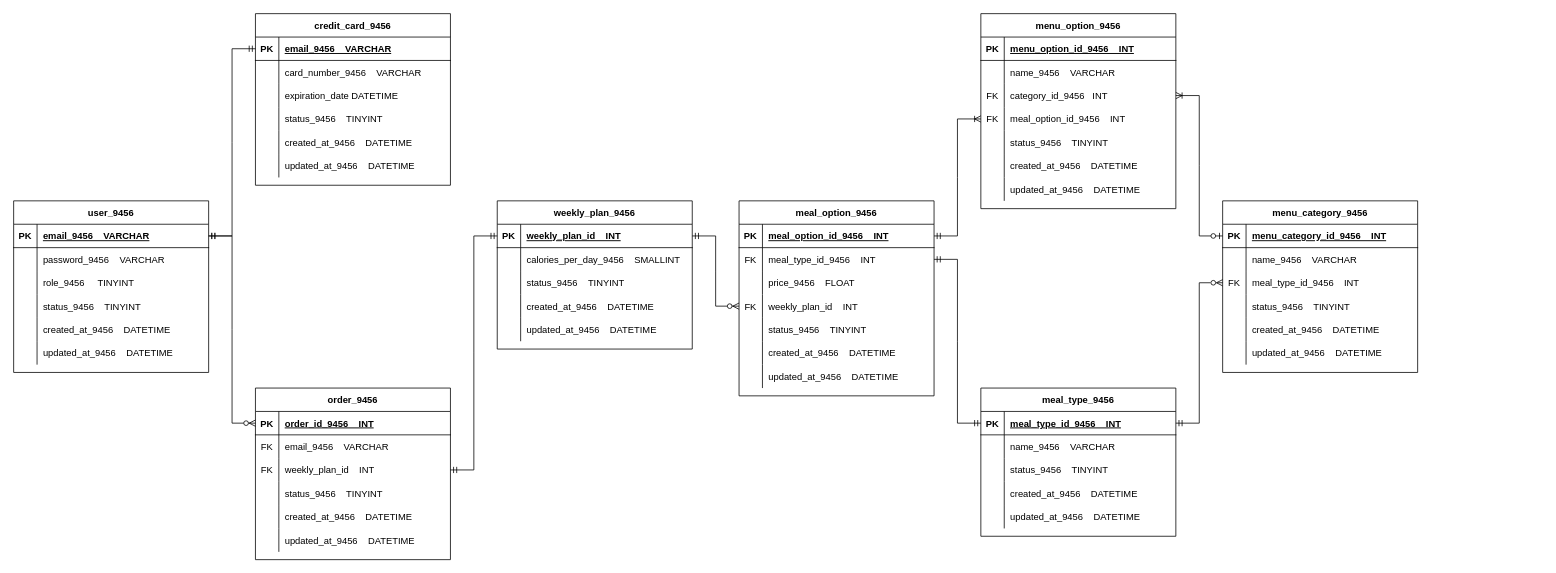
Before: Untitled Diagram.drawio in DannyTran3000/er_diagram, a draw.io diagram. Source tidied: cells renumbered, new cells numbered last; positions are measured from the earlier drawing's top-left corner, leaving out a move shared by most shapes. Both pictures are drawn from the tidied source at 78%, with x=0, y=0 at pixel (13, 13).
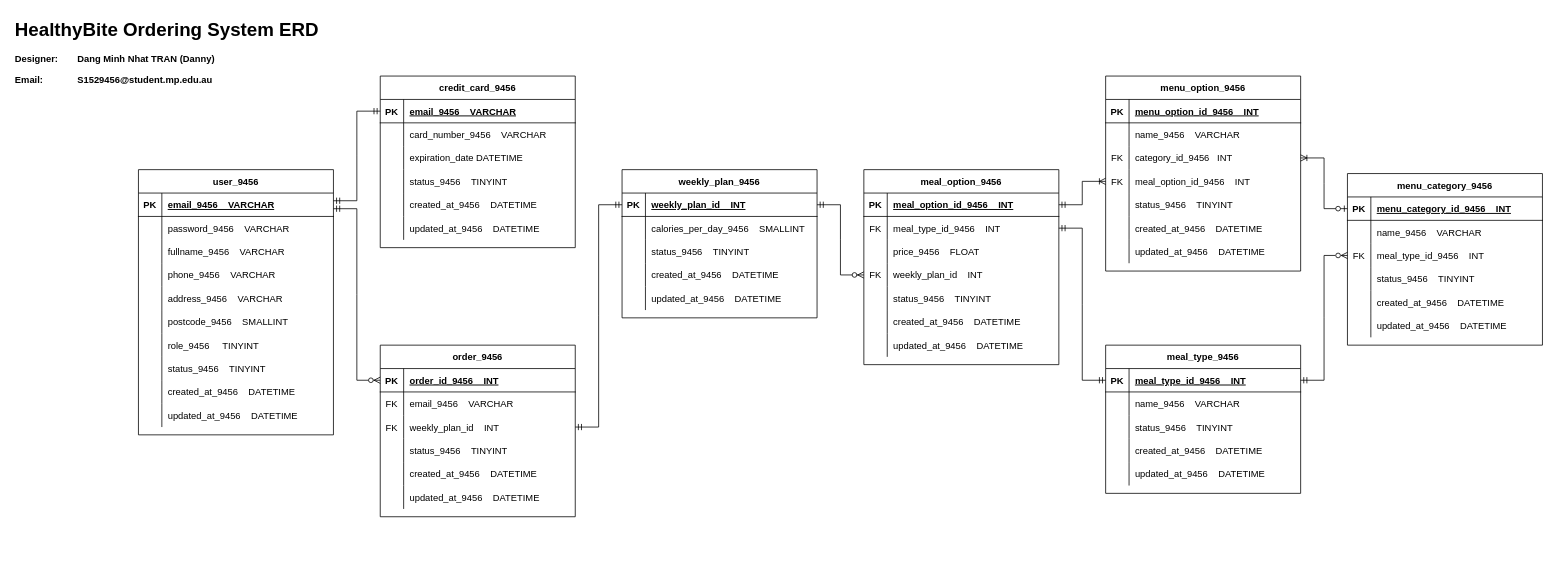
After the change.

Unchanged cells that the change refers to:
```xml
<mxCell id="3" style="shape=partialRectangle;fillColor=none;points=[[0,0.5],[1,0.5]];portConstraint=eastwest;top=0;left=0;right=0;bottom=1;" parent="2" vertex="1">
  <mxGeometry y="30" width="250" height="30" as="geometry" />
</mxCell>
<mxCell id="22" style="shape=partialRectangle;fillColor=none;points=[[0,0.5],[1,0.5]];portConstraint=eastwest;top=0;left=0;right=0;bottom=1;" parent="21" vertex="1">
  <mxGeometry y="30" width="250" height="30" as="geometry" />
</mxCell>
<mxCell id="44" style="shape=partialRectangle;fillColor=none;points=[[0,0.5],[1,0.5]];portConstraint=eastwest;top=0;left=0;right=0;bottom=1;" parent="43" vertex="1">
  <mxGeometry y="30" width="250" height="30" as="geometry" />
</mxCell>
<mxCell id="50" style="shape=partialRectangle;fillColor=none;top=0;left=0;right=0;bottom=0;" parent="43" vertex="1">
  <mxGeometry y="90" width="250" height="30" as="geometry" />
</mxCell>
<mxCell id="53" style="shape=partialRectangle;fillColor=none;top=0;left=0;right=0;bottom=0;" parent="43" vertex="1">
  <mxGeometry y="120" width="250" height="30" as="geometry" />
</mxCell>
<mxCell id="56" style="shape=partialRectangle;fillColor=none;top=0;left=0;right=0;bottom=0;" parent="43" vertex="1">
  <mxGeometry y="150" width="250" height="30" as="geometry" />
</mxCell>
<mxCell id="59" style="shape=partialRectangle;fillColor=none;top=0;left=0;right=0;bottom=0;" parent="43" vertex="1">
  <mxGeometry y="180" width="250" height="30" as="geometry" />
</mxCell>
<mxCell id="90" style="shape=partialRectangle;fillColor=none;points=[[0,0.5],[1,0.5]];portConstraint=eastwest;top=0;left=0;right=0;bottom=0;" parent="80" vertex="1">
  <mxGeometry y="120" width="250" height="30" as="geometry" />
</mxCell>
<mxCell id="142" style="shape=partialRectangle;fillColor=none;points=[[0,0.5],[1,0.5]];portConstraint=eastwest;top=0;left=0;right=0;bottom=1;" parent="141" vertex="1">
  <mxGeometry y="30" width="250" height="30" as="geometry" />
</mxCell>
```

Change to the diagram source:
```diff
@@
     <mxCell id="2" value="credit_card_9456" style="shape=table;startSize=30;childLayout=tableLayout;rowLines=0;fontStyle=1;align=center;" parent="1" vertex="1">
-      <mxGeometry x="310" width="250" height="220" as="geometry" />
+      <mxGeometry x="470" y="80" width="250" height="220" as="geometry" />
     </mxCell>
@@
     <mxCell id="21" value="meal_option_9456" style="shape=table;startSize=30;childLayout=tableLayout;rowLines=0;fontStyle=1;align=center;" parent="1" vertex="1">
-      <mxGeometry x="930" y="240" width="250" height="250" as="geometry" />
+      <mxGeometry x="1090" y="200" width="250" height="250" as="geometry" />
     </mxCell>
@@
     <mxCell id="43" value="user_9456" style="shape=table;startSize=30;childLayout=tableLayout;rowLines=0;fontStyle=1;align=center;" parent="1" vertex="1">
-      <mxGeometry y="240" width="250" height="220" as="geometry" />
+      <mxGeometry x="160" y="200" width="250" height="340" as="geometry" />
     </mxCell>
@@
-    <mxCell id="52" value="role_9456     TINYINT" style="shape=partialRectangle;overflow=hidden;fillColor=none;top=0;left=0;bottom=0;right=0;align=left;spacingLeft=6;" parent="50" vertex="1">
+    <mxCell id="52" value="fullname_9456    VARCHAR" style="shape=partialRectangle;overflow=hidden;fillColor=none;top=0;left=0;bottom=0;right=0;align=left;spacingLeft=6;" parent="50" vertex="1">
       <mxGeometry x="30" width="220" height="30" as="geometry" />
     </mxCell>
@@
-    <mxCell id="55" value="status_9456    TINYINT" style="shape=partialRectangle;overflow=hidden;fillColor=none;top=0;left=0;bottom=0;right=0;align=left;spacingLeft=6;" parent="53" vertex="1">
+    <mxCell id="55" value="phone_9456    VARCHAR" style="shape=partialRectangle;overflow=hidden;fillColor=none;top=0;left=0;bottom=0;right=0;align=left;spacingLeft=6;" parent="53" vertex="1">
       <mxGeometry x="30" width="220" height="30" as="geometry" />
     </mxCell>
@@
-    <mxCell id="58" value="created_at_9456    DATETIME" style="shape=partialRectangle;overflow=hidden;fillColor=none;top=0;left=0;bottom=0;right=0;align=left;spacingLeft=6;" parent="56" vertex="1">
+    <mxCell id="58" value="address_9456    VARCHAR" style="shape=partialRectangle;overflow=hidden;fillColor=none;top=0;left=0;bottom=0;right=0;align=left;spacingLeft=6;" parent="56" vertex="1">
       <mxGeometry x="30" width="220" height="30" as="geometry" />
     </mxCell>
@@
-    <mxCell id="61" value="updated_at_9456    DATETIME" style="shape=partialRectangle;overflow=hidden;fillColor=none;top=0;left=0;bottom=0;right=0;align=left;spacingLeft=6;" parent="59" vertex="1">
+    <mxCell id="61" value="postcode_9456    SMALLINT" style="shape=partialRectangle;overflow=hidden;fillColor=none;top=0;left=0;bottom=0;right=0;align=left;spacingLeft=6;" parent="59" vertex="1">
       <mxGeometry x="30" width="220" height="30" as="geometry" />
     </mxCell>
+    <mxCell id="162" style="shape=partialRectangle;fillColor=none;top=0;left=0;right=0;bottom=0;" parent="43" vertex="1">
+      <mxGeometry y="210" width="250" height="30" as="geometry" />
+    </mxCell>
+    <mxCell id="163" style="shape=partialRectangle;overflow=hidden;fillColor=none;top=0;left=0;bottom=0;right=0;" parent="162" vertex="1">
+      <mxGeometry width="30" height="30" as="geometry" />
+    </mxCell>
+    <mxCell id="164" value="role_9456     TINYINT" style="shape=partialRectangle;overflow=hidden;fillColor=none;top=0;left=0;bottom=0;right=0;align=left;spacingLeft=6;" parent="162" vertex="1">
+      <mxGeometry x="30" width="220" height="30" as="geometry" />
+    </mxCell>
+    <mxCell id="165" style="shape=partialRectangle;fillColor=none;top=0;left=0;right=0;bottom=0;" parent="43" vertex="1">
+      <mxGeometry y="240" width="250" height="30" as="geometry" />
+    </mxCell>
+    <mxCell id="166" style="shape=partialRectangle;overflow=hidden;fillColor=none;top=0;left=0;bottom=0;right=0;" parent="165" vertex="1">
+      <mxGeometry width="30" height="30" as="geometry" />
+    </mxCell>
+    <mxCell id="167" value="status_9456    TINYINT" style="shape=partialRectangle;overflow=hidden;fillColor=none;top=0;left=0;bottom=0;right=0;align=left;spacingLeft=6;" parent="165" vertex="1">
+      <mxGeometry x="30" width="220" height="30" as="geometry" />
+    </mxCell>
+    <mxCell id="168" style="shape=partialRectangle;fillColor=none;top=0;left=0;right=0;bottom=0;" parent="43" vertex="1">
+      <mxGeometry y="270" width="250" height="30" as="geometry" />
+    </mxCell>
+    <mxCell id="169" style="shape=partialRectangle;overflow=hidden;fillColor=none;top=0;left=0;bottom=0;right=0;" parent="168" vertex="1">
+      <mxGeometry width="30" height="30" as="geometry" />
+    </mxCell>
+    <mxCell id="170" value="created_at_9456    DATETIME" style="shape=partialRectangle;overflow=hidden;fillColor=none;top=0;left=0;bottom=0;right=0;align=left;spacingLeft=6;" parent="168" vertex="1">
+      <mxGeometry x="30" width="220" height="30" as="geometry" />
+    </mxCell>
+    <mxCell id="171" style="shape=partialRectangle;fillColor=none;top=0;left=0;right=0;bottom=0;" parent="43" vertex="1">
+      <mxGeometry y="300" width="250" height="30" as="geometry" />
+    </mxCell>
+    <mxCell id="172" style="shape=partialRectangle;overflow=hidden;fillColor=none;top=0;left=0;bottom=0;right=0;" parent="171" vertex="1">
+      <mxGeometry width="30" height="30" as="geometry" />
+    </mxCell>
+    <mxCell id="173" value="updated_at_9456    DATETIME" style="shape=partialRectangle;overflow=hidden;fillColor=none;top=0;left=0;bottom=0;right=0;align=left;spacingLeft=6;" parent="171" vertex="1">
+      <mxGeometry x="30" width="220" height="30" as="geometry" />
+    </mxCell>
-    <mxCell id="62" style="edgeStyle=entityRelationEdgeStyle;fontSize=12;html=1;endArrow=ERmandOne;startArrow=ERmandOne;rounded=0;exitX=1;exitY=0.5;exitDx=0;exitDy=0;entryX=0;entryY=0.5;entryDx=0;entryDy=0;startFill=0;endFill=0;" parent="1" edge="1" source="44" target="3">
+    <mxCell id="62" style="edgeStyle=entityRelationEdgeStyle;fontSize=12;html=1;endArrow=ERmandOne;startArrow=ERmandOne;rounded=0;entryX=0;entryY=0.5;entryDx=0;entryDy=0;startFill=0;endFill=0;exitX=1;exitY=0.329;exitDx=0;exitDy=0;exitPerimeter=0;" parent="1" edge="1" source="44" target="3">
       <mxGeometry relative="1" as="geometry" />
     </mxCell>
     <mxCell id="63" value="weekly_plan_9456" style="shape=table;startSize=30;childLayout=tableLayout;rowLines=0;fontStyle=1;align=center;" parent="1" vertex="1">
-      <mxGeometry x="620" y="240" width="250" height="190" as="geometry" />
+      <mxGeometry x="780" y="200" width="250" height="190" as="geometry" />
     </mxCell>
@@
     <mxCell id="80" value="menu_option_9456" style="shape=table;startSize=30;childLayout=tableLayout;rowLines=0;fontStyle=1;align=center;" parent="1" vertex="1">
-      <mxGeometry x="1240" width="250" height="250" as="geometry" />
+      <mxGeometry x="1400" y="80" width="250" height="250" as="geometry" />
     </mxCell>
@@
     <mxCell id="102" value="menu_category_9456" style="shape=table;startSize=30;childLayout=tableLayout;rowLines=0;fontStyle=1;align=center;" parent="1" vertex="1">
-      <mxGeometry x="1550" y="240" width="250" height="220" as="geometry" />
+      <mxGeometry x="1710" y="205" width="250" height="220" as="geometry" />
     </mxCell>
@@
     <mxCell id="121" value="meal_type_9456" style="shape=table;startSize=30;childLayout=tableLayout;rowLines=0;fontStyle=1;align=center;" parent="1" vertex="1">
-      <mxGeometry x="1240" y="480" width="250" height="190" as="geometry" />
+      <mxGeometry x="1400" y="425" width="250" height="190" as="geometry" />
     </mxCell>
@@
     <mxCell id="140" style="edgeStyle=entityRelationEdgeStyle;fontSize=12;html=1;endArrow=ERoneToMany;endFill=0;startArrow=ERmandOne;rounded=0;entryX=0;entryY=0.5;entryDx=0;entryDy=0;exitX=1;exitY=0.5;exitDx=0;exitDy=0;startFill=0;" parent="1" edge="1" source="22" target="90">
       <mxGeometry relative="1" as="geometry">
         <Array as="points">
-          <mxPoint x="1900" y="630" />
+          <mxPoint x="2060" y="730" />
         </Array>
       </mxGeometry>
     </mxCell>
     <mxCell id="141" value="order_9456" style="shape=table;startSize=30;childLayout=tableLayout;rowLines=0;fontStyle=1;align=center;" parent="1" vertex="1">
-      <mxGeometry x="310" y="480" width="250" height="220" as="geometry" />
+      <mxGeometry x="470" y="425" width="250" height="220" as="geometry" />
     </mxCell>
@@
-    <mxCell id="160" style="edgeStyle=entityRelationEdgeStyle;fontSize=12;html=1;endArrow=ERzeroToMany;endFill=1;rounded=0;entryX=0;entryY=0.5;entryDx=0;entryDy=0;startArrow=ERmandOne;startFill=0;exitX=1;exitY=0.5;exitDx=0;exitDy=0;" parent="1" edge="1" source="44" target="142">
+    <mxCell id="160" style="edgeStyle=entityRelationEdgeStyle;fontSize=12;html=1;endArrow=ERzeroToMany;endFill=1;rounded=0;entryX=0;entryY=0.5;entryDx=0;entryDy=0;startArrow=ERmandOne;startFill=0;exitX=1;exitY=0.669;exitDx=0;exitDy=0;exitPerimeter=0;" parent="1" edge="1" source="44" target="142">
       <mxGeometry relative="1" as="geometry" />
     </mxCell>
@@
+    <mxCell id="174" value="&lt;h1 style=&quot;margin-top: 0px;&quot;&gt;HealthyBite Ordering System ERD&lt;/h1&gt;&lt;p&gt;&lt;b&gt;Designer: &lt;span style=&quot;white-space: pre;&quot;&gt;&#9;&lt;/span&gt;Dang Minh Nhat TRAN (Danny)&lt;/b&gt;&lt;/p&gt;&lt;p&gt;&lt;b&gt;Email:&lt;span style=&quot;white-space: pre;&quot;&gt;&#9;&lt;/span&gt;&lt;span style=&quot;white-space: pre;&quot;&gt;&#9;&lt;/span&gt;S1529456@student.mp.edu.au&lt;/b&gt;&lt;/p&gt;" style="text;html=1;whiteSpace=wrap;overflow=hidden;rounded=0;" parent="1" vertex="1">
+      <mxGeometry width="400" height="120" as="geometry" />
+    </mxCell>
```
